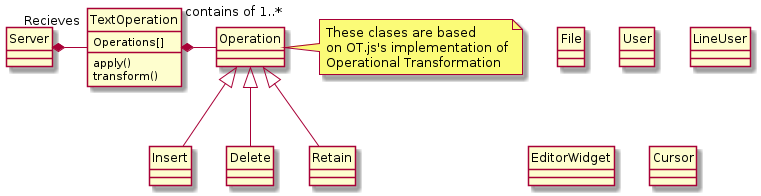
cs383-4/sQuire keeps this PlantUML diagram as doc/SSRS/class-diagrams/edit-file.png. Above is the earlier version.
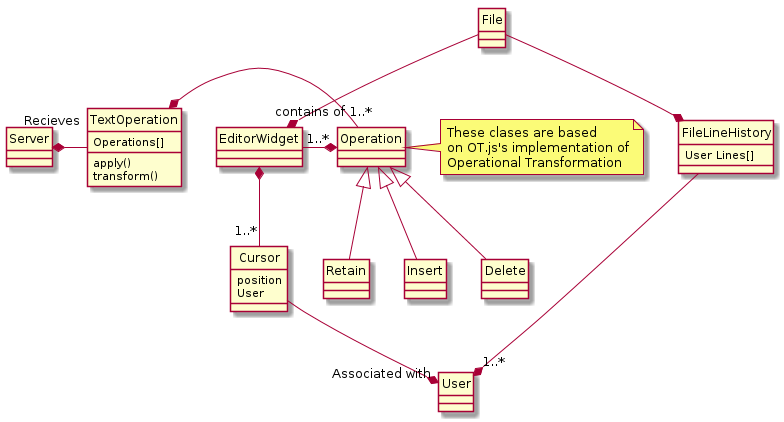
After the change.

Commit message:
Added in all the relationships to edit-file.uml, now just to try and make it look a little bit better

What changed in the source:
```diff
@@ -2,11 +2,23 @@
 hide circle
 class File
 class User
-class LineUser
+
+File --* EditorWidget
 class EditorWidget
+class FileLineHistory {
+User Lines[]
+}
 
-class Cursor
+File --* FileLineHistory
+FileLineHistory --* "1..*" User
+EditorWidget *-- "1..*" Cursor
 
+class Cursor {
+position
+User
+}
+
+Cursor --* "Associated with" User
 class Server
 Server *-right- "Recieves" TextOperation
 class TextOperation {
@@ -14,6 +26,8 @@
 apply()
 transform()
 }
+
+EditorWidget -left-* "1..*" Operation
 
 TextOperation *-right- "contains of 1..*" Operation
 note right of Operation : These clases are based\non OT.js's implementation of\nOperational Transformation
```
